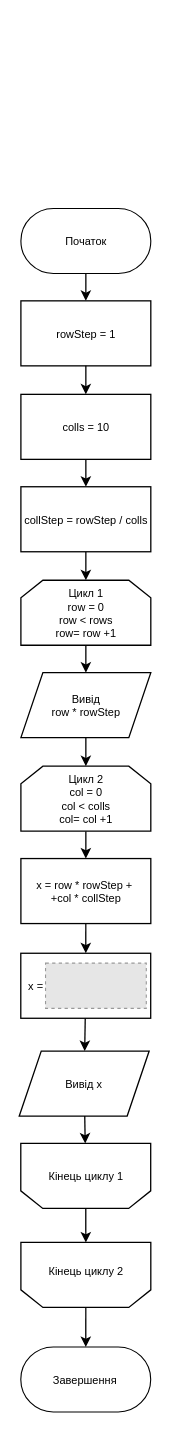
This is Lab5/Блок-схема (завдання 5).drawio from Andrey-SD/MA-24, a draw.io file, before an edit. Source tidied: cells renumbered, new cells numbered last; positions are measured from the earlier drawing's top-left corner, leaving out a move shared by most shapes. Both pictures are drawn from the tidied source at 110%, with x=0, y=0 at pixel (19, 208). Pictures stored in the file or linked from it are replaced by grey dashed boxes.
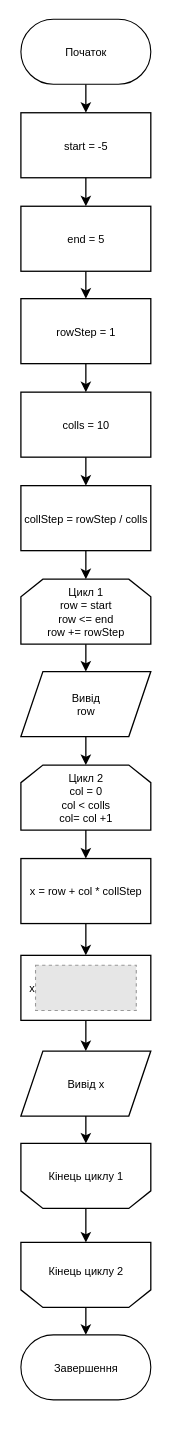
After the change.

The change refers to these unchanged cells:
```xml
<mxCell id="30" style="group;" parent="29" vertex="1">
  <mxGeometry width="118.1" height="59.1" as="geometry" />
</mxCell>
<mxCell id="31" value="&amp;nbsp; x =&amp;nbsp;" style="rounded=0;whiteSpace=wrap;html=1;strokeWidth=1.1810999999999998;strokeColor=#000000;fontSize=10;align=left;" parent="30" vertex="1">
  <mxGeometry width="118.1" height="59.1" as="geometry" />
</mxCell>
```

The edit, as a diff of the source:
```diff
@@
     <mxCell id="3" value="&lt;span style=&quot;font-size: 10px;&quot;&gt;Початок&lt;/span&gt;" style="rounded=1;whiteSpace=wrap;html=1;arcSize=50;" parent="1" vertex="1">
-      <mxGeometry x="1.5" width="118.1" height="59.1" as="geometry" />
+      <mxGeometry x="1.5" y="-172" width="118.1" height="59.1" as="geometry" />
     </mxCell>
     <mxCell id="4" value="Вивід x" style="shape=parallelogram;perimeter=parallelogramPerimeter;whiteSpace=wrap;html=1;fixedSize=1;strokeWidth=1.1810999999999998;strokeColor=#000000;fontSize=10;" parent="1" vertex="1">
-      <mxGeometry y="766" width="118.1" height="59.1" as="geometry" />
+      <mxGeometry x="1.5" y="766" width="118.1" height="59.1" as="geometry" />
     </mxCell>
-    <mxCell id="5" value="Цикл 1&lt;div&gt;row = 0&lt;/div&gt;&lt;div&gt;row &amp;lt; rows&lt;br&gt;&lt;/div&gt;&lt;div&gt;row=&amp;nbsp;row +1&lt;br&gt;&lt;/div&gt;" style="shape=loopLimit;whiteSpace=wrap;html=1;strokeWidth=1.1810999999999998;strokeColor=#000000;fontSize=10;" parent="1" vertex="1">
-      <mxGeometry x="1.5" y="338" width="118.1" height="59.1" as="geometry" />
+    <mxCell id="5" value="Цикл 1&lt;div&gt;row = start&lt;/div&gt;&lt;div&gt;row &amp;lt;= end&lt;/div&gt;&lt;div&gt;row += rowStep&lt;/div&gt;" style="shape=loopLimit;whiteSpace=wrap;html=1;strokeWidth=1.1810999999999998;strokeColor=#000000;fontSize=10;" parent="1" vertex="1">
+      <mxGeometry x="1.5" y="337" width="118.1" height="59.1" as="geometry" />
     </mxCell>
@@
-    <mxCell id="12" value="rowStep = 1" style="rounded=0;whiteSpace=wrap;html=1;strokeWidth=1.1810999999999998;strokeColor=#000000;fontSize=10;" parent="1" vertex="1">
-      <mxGeometry x="1.5" y="84" width="118.1" height="59.1" as="geometry" />
+    <mxCell id="12" value="start = -5" style="rounded=0;whiteSpace=wrap;html=1;strokeWidth=1.1810999999999998;strokeColor=#000000;fontSize=10;" parent="1" vertex="1">
+      <mxGeometry x="1.5" y="-87" width="118.1" height="59.1" as="geometry" />
     </mxCell>
-    <mxCell id="13" style="endArrow=classic;html=1;rounded=0;strokeWidth=1.1810999999999998;strokeColor=#000000;fontSize=10;" parent="1" edge="1" source="12" target="14">
+    <mxCell id="13" style="endArrow=classic;html=1;rounded=0;strokeWidth=1.1810999999999998;strokeColor=#000000;fontSize=10;" parent="1" edge="1" source="12" target="37">
       <mxGeometry relative="1" as="geometry" />
     </mxCell>
     <mxCell id="14" value="colls = 10" style="rounded=0;whiteSpace=wrap;html=1;strokeWidth=1.1810999999999998;strokeColor=#000000;fontSize=10;" parent="1" vertex="1">
-      <mxGeometry x="1.5" y="169" width="118.1" height="59.1" as="geometry" />
+      <mxGeometry x="1.5" y="167" width="118.1" height="59.1" as="geometry" />
     </mxCell>
@@
     <mxCell id="16" value="collStep = rowStep / colls" style="rounded=0;whiteSpace=wrap;html=1;strokeWidth=1.1810999999999998;strokeColor=#000000;fontSize=10;" parent="1" vertex="1">
-      <mxGeometry x="1.5" y="253" width="118.1" height="59.1" as="geometry" />
+      <mxGeometry x="1.5" y="252" width="118.1" height="59.1" as="geometry" />
     </mxCell>
     <mxCell id="17" style="group;" parent="1" vertex="1">
-      <mxGeometry x="1.4" y="850" width="118.1" height="59.1" as="geometry" />
+      <mxGeometry x="1.5" y="850" width="118.1" height="59.1" as="geometry" />
     </mxCell>
@@
     <mxCell id="21" value="Цикл 2&lt;div&gt;col = 0&lt;/div&gt;&lt;div&gt;col &amp;lt; colls&lt;br&gt;&lt;/div&gt;&lt;div&gt;col= col +1&lt;br&gt;&lt;/div&gt;" style="shape=loopLimit;whiteSpace=wrap;html=1;strokeWidth=1.1810999999999998;strokeColor=#000000;fontSize=10;" parent="1" vertex="1">
-      <mxGeometry x="1.5" y="507" width="118.1" height="59.1" as="geometry" />
+      <mxGeometry x="1.5" y="506" width="118.1" height="59.1" as="geometry" />
     </mxCell>
@@
-    <mxCell id="26" value="x = row * rowStep +&amp;nbsp;&lt;div&gt;+col * collStep&lt;/div&gt;" style="rounded=0;whiteSpace=wrap;html=1;strokeWidth=1.1810999999999998;strokeColor=#000000;fontSize=10;" parent="1" vertex="1">
+    <mxCell id="26" value="x = row + col * collStep" style="rounded=0;whiteSpace=wrap;html=1;strokeWidth=1.1810999999999998;strokeColor=#000000;fontSize=10;" parent="1" vertex="1">
       <mxGeometry x="1.5" y="591" width="118.1" height="59.1" as="geometry" />
     </mxCell>
-    <mxCell id="27" style="endArrow=classic;html=1;rounded=0;strokeWidth=1.1810999999999998;strokeColor=#000000;fontSize=10;" parent="1" edge="1" source="26" target="31">
-      <mxGeometry relative="1" as="geometry" />
-    </mxCell>
     <mxCell id="28" style="group;" parent="1" vertex="1">
-      <mxGeometry x="1.4" y="677.1" width="118.1" height="59.1" as="geometry" />
+      <mxGeometry x="1.5" y="679" width="118.1" height="59.1" as="geometry" />
     </mxCell>
@@
     <mxCell id="32" style="fillColor=#E6E6E6;strokeColor=#999999;dashed=1;verticalLabelPosition=bottom;labelBackgroundColor=default;verticalAlign=top;" parent="30" vertex="1">
-      <mxGeometry x="22.5" y="9" width="91.6" height="41.1" as="geometry" />
+      <mxGeometry x="13.3" y="9" width="91.6" height="41.1" as="geometry" />
     </mxCell>
@@
-    <mxCell id="34" value="Вивід&lt;div&gt;row * rowStep&lt;br&gt;&lt;/div&gt;" style="shape=parallelogram;perimeter=parallelogramPerimeter;whiteSpace=wrap;html=1;fixedSize=1;strokeWidth=1.1810999999999998;strokeColor=#000000;fontSize=10;" parent="1" vertex="1">
-      <mxGeometry x="1.5" y="422" width="118.1" height="59.1" as="geometry" />
+    <mxCell id="34" value="Вивід&lt;div&gt;&lt;span style=&quot;background-color: initial;&quot;&gt;row&lt;/span&gt;&lt;/div&gt;" style="shape=parallelogram;perimeter=parallelogramPerimeter;whiteSpace=wrap;html=1;fixedSize=1;strokeWidth=1.1810999999999998;strokeColor=#000000;fontSize=10;" parent="1" vertex="1">
+      <mxGeometry x="1.5" y="421" width="118.1" height="59.1" as="geometry" />
     </mxCell>
@@
     <mxCell id="36" value="&lt;span style=&quot;font-size: 10px;&quot;&gt;Завершення&lt;/span&gt;" style="rounded=1;whiteSpace=wrap;html=1;arcSize=50;" parent="1" vertex="1">
-      <mxGeometry x="1.4" y="1035" width="118.1" height="59.1" as="geometry" />
+      <mxGeometry x="1.5" y="1024" width="118.1" height="59.1" as="geometry" />
     </mxCell>
+    <mxCell id="37" value="end = 5" style="rounded=0;whiteSpace=wrap;html=1;strokeWidth=1.1810999999999998;strokeColor=#000000;fontSize=10;" parent="1" vertex="1">
+      <mxGeometry x="1.5" y="-2" width="118.1" height="59.1" as="geometry" />
+    </mxCell>
+    <mxCell id="38" style="endArrow=classic;html=1;rounded=0;strokeWidth=1.1810999999999998;strokeColor=#000000;fontSize=10;" parent="1" edge="1" source="37" target="39">
+      <mxGeometry relative="1" as="geometry" />
+    </mxCell>
+    <mxCell id="39" value="rowStep = 1" style="rounded=0;whiteSpace=wrap;html=1;strokeWidth=1.1810999999999998;strokeColor=#000000;fontSize=10;" parent="1" vertex="1">
+      <mxGeometry x="1.5" y="82" width="118.1" height="59.1" as="geometry" />
+    </mxCell>
+    <mxCell id="40" style="endArrow=classic;html=1;rounded=0;strokeWidth=1.1810999999999998;strokeColor=#000000;fontSize=10;" parent="1" edge="1" source="39" target="14">
+      <mxGeometry relative="1" as="geometry" />
+    </mxCell>
+    <mxCell id="27" style="endArrow=classic;html=1;rounded=0;strokeWidth=1.1810999999999998;strokeColor=#000000;fontSize=10;" parent="1" edge="1" source="26" target="31">
+      <mxGeometry relative="1" as="geometry" />
+    </mxCell>
```
